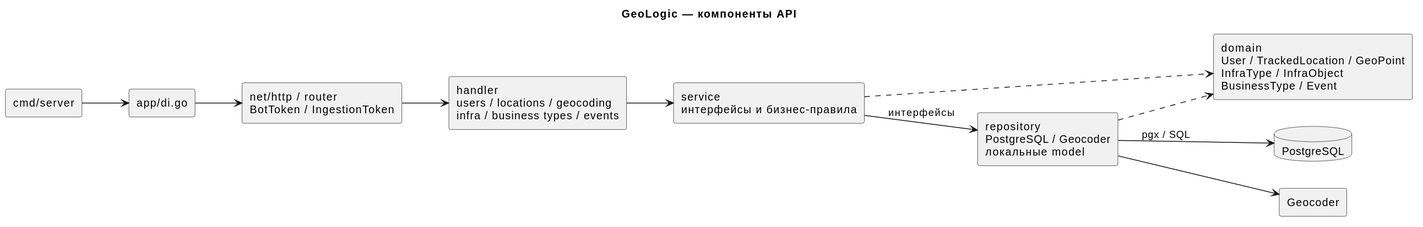
Earlier version of the PlantUML export docs/diagrams/rendered/c4-components.svg (kotafan1rich/GeoLogic-Monitor). Source of this version:
```plantuml
@startuml
title GeoLogic — компоненты API
left to right direction
skinparam componentStyle rectangle
skinparam shadowing false
rectangle "cmd/server" as main
rectangle "app/di.go" as di
rectangle "net/http / router\nBotToken / IngestionToken" as server
rectangle "handler\nusers / locations / geocoding\ninfra / business types / events" as handler
rectangle "service\nинтерфейсы и бизнес-правила" as service
rectangle "repository\nPostgreSQL / Geocoder\nлокальные model" as repo
rectangle "domain\nUser / TrackedLocation / GeoPoint\nInfraType / InfraObject\nBusinessType / Event" as domain
database PostgreSQL as db
rectangle Geocoder as geo
main --> di
di --> server
server --> handler
handler --> service
service --> repo : интерфейсы
service ..> domain
repo ..> domain
repo --> db : pgx / SQL
repo --> geo
@enduml
```
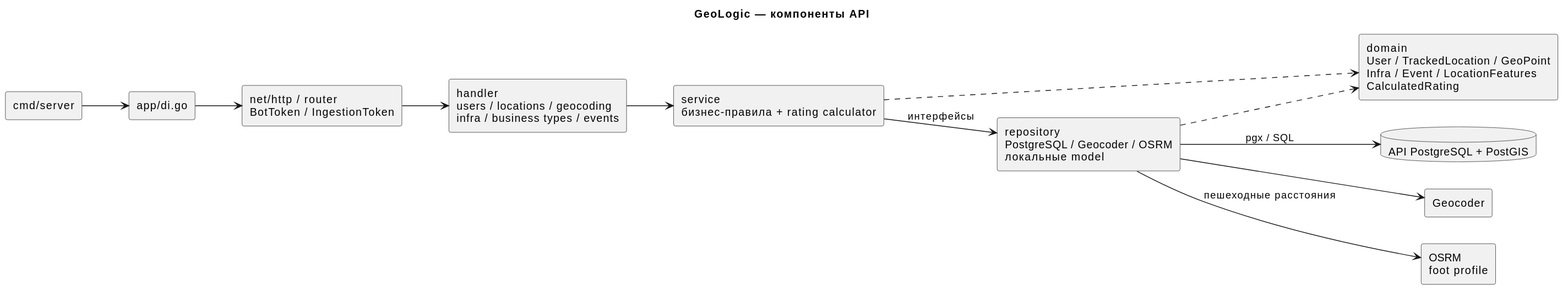
Above is the later version.

What changed in the source:
```diff
@@ -7,11 +7,12 @@
 rectangle "app/di.go" as di
 rectangle "net/http / router\nBotToken / IngestionToken" as server
 rectangle "handler\nusers / locations / geocoding\ninfra / business types / events" as handler
-rectangle "service\nинтерфейсы и бизнес-правила" as service
-rectangle "repository\nPostgreSQL / Geocoder\nлокальные model" as repo
-rectangle "domain\nUser / TrackedLocation / GeoPoint\nInfraType / InfraObject\nBusinessType / Event" as domain
-database PostgreSQL as db
+rectangle "service\nбизнес-правила + rating calculator" as service
+rectangle "repository\nPostgreSQL / Geocoder / OSRM\nлокальные model" as repo
+rectangle "domain\nUser / TrackedLocation / GeoPoint\nInfra / Event / LocationFeatures\nCalculatedRating" as domain
+database "API PostgreSQL + PostGIS" as db
 rectangle Geocoder as geo
+rectangle "OSRM\nfoot profile" as osrm
 main --> di
 di --> server
 server --> handler
@@ -21,4 +22,5 @@
 repo ..> domain
 repo --> db : pgx / SQL
 repo --> geo
+repo --> osrm : пешеходные расстояния
 @enduml
```
